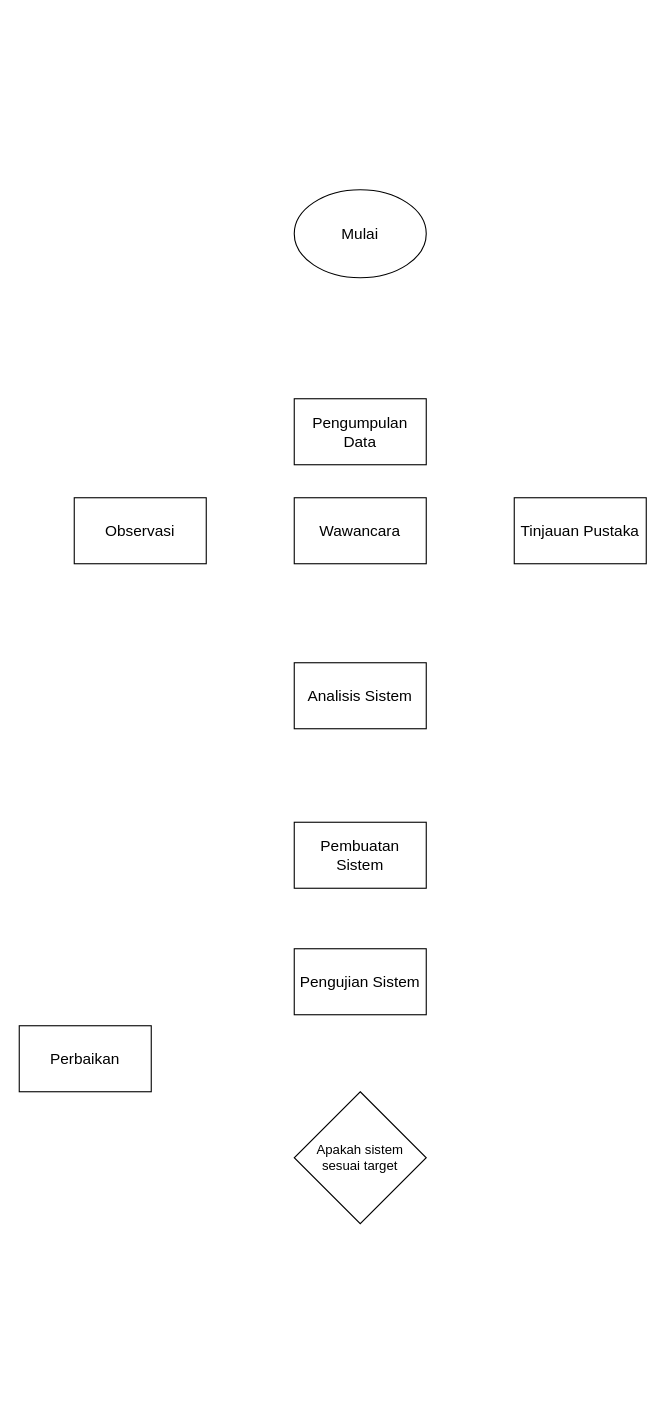
Earlier version of the draw.io diagram Flow Penelitian.drawio (naufalfirman23/FILE-DIAGRAM). Source tidied: cells renumbered, new cells numbered last; positions are measured from the earlier drawing's top-left corner, leaving out a move shared by most shapes. Both pictures are drawn from the tidied source at 110%, with x=0, y=0 at pixel (19, 189).
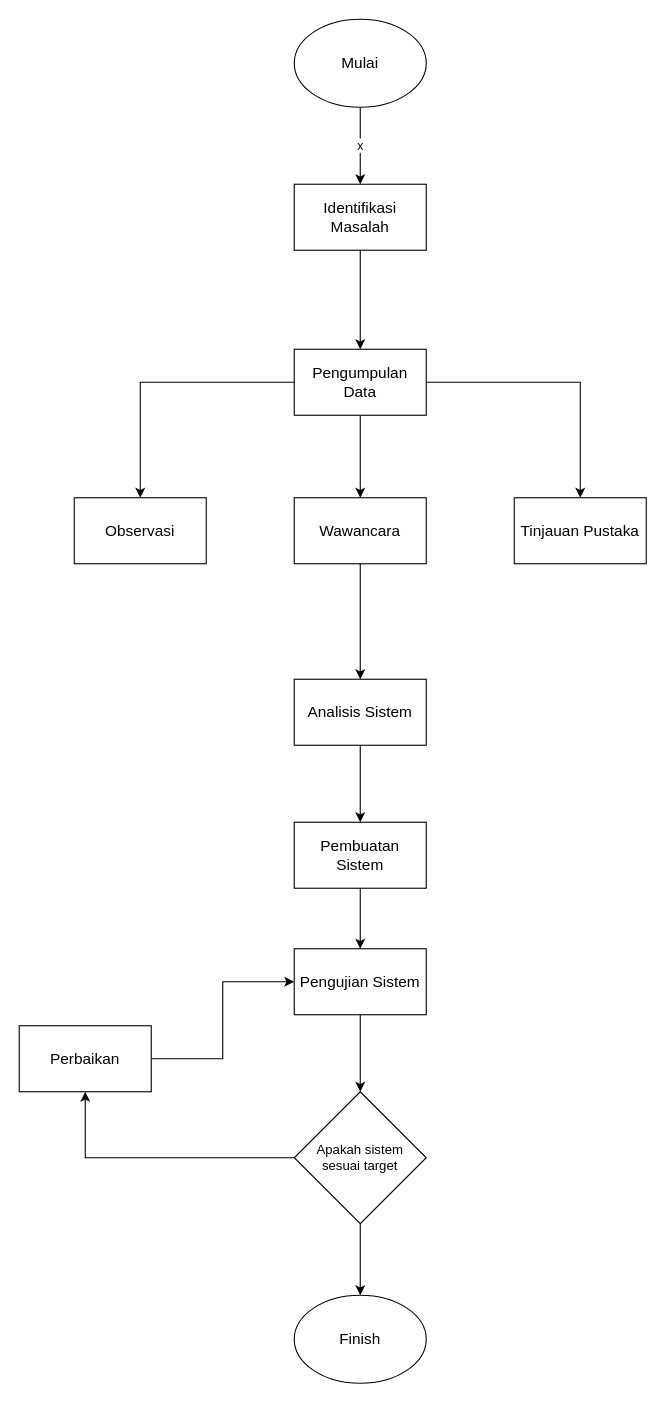
Above is the later version.

Unchanged cells that the change refers to:
```xml
<mxCell id="4" value="&lt;font style=&quot;font-size: 14px;&quot;&gt;Observasi&lt;/font&gt;" style="rounded=0;whiteSpace=wrap;html=1;" parent="1" vertex="1">
  <mxGeometry x="50" y="280" width="120" height="60" as="geometry" />
</mxCell>
<mxCell id="5" value="&lt;font style=&quot;font-size: 14px;&quot;&gt;Wawancara&lt;/font&gt;" style="rounded=0;whiteSpace=wrap;html=1;" parent="1" vertex="1">
  <mxGeometry x="250" y="280" width="120" height="60" as="geometry" />
</mxCell>
<mxCell id="6" value="&lt;font style=&quot;font-size: 14px;&quot;&gt;Tinjauan Pustaka&lt;/font&gt;" style="rounded=0;whiteSpace=wrap;html=1;" parent="1" vertex="1">
  <mxGeometry x="450" y="280" width="120" height="60" as="geometry" />
</mxCell>
<mxCell id="8" value="&lt;font style=&quot;font-size: 14px;&quot;&gt;Pembuatan Sistem&lt;/font&gt;" style="rounded=0;whiteSpace=wrap;html=1;" parent="1" vertex="1">
  <mxGeometry x="250" y="575" width="120" height="60" as="geometry" />
</mxCell>
<mxCell id="9" value="&lt;font style=&quot;font-size: 14px;&quot;&gt;Pengujian Sistem&lt;/font&gt;" style="rounded=0;whiteSpace=wrap;html=1;" parent="1" vertex="1">
  <mxGeometry x="250" y="690" width="120" height="60" as="geometry" />
</mxCell>
<mxCell id="10" value="&lt;font style=&quot;font-size: 14px;&quot;&gt;Perbaikan&lt;/font&gt;" style="rounded=0;whiteSpace=wrap;html=1;" parent="1" vertex="1">
  <mxGeometry y="760" width="120" height="60" as="geometry" />
</mxCell>
<mxCell id="11" value="Apakah sistem&lt;br&gt;sesuai target" style="rhombus;whiteSpace=wrap;html=1;" parent="1" vertex="1">
  <mxGeometry x="250" y="820" width="120" height="120" as="geometry" />
</mxCell>
```

What changed in the source:
```diff
@@
+    <mxCell id="12" value="x" style="edgeStyle=orthogonalEdgeStyle;rounded=0;jettySize=auto;html=1;entryX=0.5;entryY=0;entryDx=0;entryDy=0;" parent="1" edge="1" source="2" target="24">
+      <mxGeometry relative="1" as="geometry" />
+    </mxCell>
     <mxCell id="2" value="&lt;font style=&quot;font-size: 14px;&quot;&gt;Mulai&lt;/font&gt;" style="ellipse;whiteSpace=wrap;html=1;" parent="1" vertex="1">
-      <mxGeometry x="250" width="120" height="80" as="geometry" />
+      <mxGeometry x="250" y="-155" width="120" height="80" as="geometry" />
     </mxCell>
+    <mxCell id="13" style="edgeStyle=orthogonalEdgeStyle;rounded=0;jettySize=auto;html=1;entryX=0.5;entryY=0;entryDx=0;entryDy=0;" parent="1" edge="1" source="3" target="6">
+      <mxGeometry relative="1" as="geometry" />
+    </mxCell>
+    <mxCell id="14" style="edgeStyle=orthogonalEdgeStyle;rounded=0;jettySize=auto;html=1;entryX=0.5;entryY=0;entryDx=0;entryDy=0;" parent="1" edge="1" source="3" target="4">
+      <mxGeometry relative="1" as="geometry" />
+    </mxCell>
+    <mxCell id="15" style="edgeStyle=orthogonalEdgeStyle;rounded=0;jettySize=auto;html=1;entryX=0.5;entryY=0;entryDx=0;entryDy=0;" parent="1" edge="1" source="3" target="5">
+      <mxGeometry relative="1" as="geometry" />
+    </mxCell>
     <mxCell id="3" value="&lt;font style=&quot;font-size: 14px;&quot;&gt;Pengumpulan Data&lt;/font&gt;" style="rounded=0;whiteSpace=wrap;html=1;" parent="1" vertex="1">
-      <mxGeometry x="250" y="190" width="120" height="60" as="geometry" />
+      <mxGeometry x="250" y="145" width="120" height="60" as="geometry" />
     </mxCell>
@@
+    <mxCell id="16" style="edgeStyle=orthogonalEdgeStyle;rounded=0;jettySize=auto;html=1;entryX=0.5;entryY=0;entryDx=0;entryDy=0;" parent="1" edge="1" source="5" target="7">
+      <mxGeometry relative="1" as="geometry" />
+    </mxCell>
@@
+    <mxCell id="17" style="edgeStyle=orthogonalEdgeStyle;rounded=0;jettySize=auto;html=1;entryX=0.5;entryY=0;entryDx=0;entryDy=0;" parent="1" edge="1" source="7" target="8">
+      <mxGeometry relative="1" as="geometry" />
+    </mxCell>
     <mxCell id="7" value="&lt;font style=&quot;font-size: 14px;&quot;&gt;Analisis Sistem&lt;/font&gt;" style="rounded=0;whiteSpace=wrap;html=1;" parent="1" vertex="1">
-      <mxGeometry x="250" y="430" width="120" height="60" as="geometry" />
+      <mxGeometry x="250" y="445" width="120" height="60" as="geometry" />
     </mxCell>
+    <mxCell id="18" style="edgeStyle=orthogonalEdgeStyle;rounded=0;jettySize=auto;html=1;entryX=0.5;entryY=0;entryDx=0;entryDy=0;" parent="1" edge="1" source="8" target="9">
+      <mxGeometry relative="1" as="geometry" />
+    </mxCell>
@@
+    <mxCell id="19" style="edgeStyle=orthogonalEdgeStyle;rounded=0;jettySize=auto;html=1;entryX=0.5;entryY=0;entryDx=0;entryDy=0;" parent="1" edge="1" source="9" target="11">
+      <mxGeometry relative="1" as="geometry" />
+    </mxCell>
@@
+    <mxCell id="20" style="edgeStyle=orthogonalEdgeStyle;rounded=0;jettySize=auto;html=1;entryX=0;entryY=0.5;entryDx=0;entryDy=0;" parent="1" edge="1" source="10" target="9">
+      <mxGeometry relative="1" as="geometry" />
+    </mxCell>
@@
+    <mxCell id="21" style="edgeStyle=orthogonalEdgeStyle;rounded=0;jettySize=auto;html=1;entryX=0.5;entryY=1;entryDx=0;entryDy=0;" parent="1" edge="1" source="11" target="10">
+      <mxGeometry relative="1" as="geometry" />
+    </mxCell>
+    <mxCell id="22" style="edgeStyle=orthogonalEdgeStyle;rounded=0;jettySize=auto;html=1;" parent="1" edge="1" source="11" target="25">
+      <mxGeometry relative="1" as="geometry" />
+    </mxCell>
@@
+    <mxCell id="23" style="edgeStyle=orthogonalEdgeStyle;rounded=0;jettySize=auto;html=1;entryX=0.5;entryY=0;entryDx=0;entryDy=0;" parent="1" edge="1" source="24" target="3">
+      <mxGeometry relative="1" as="geometry" />
+    </mxCell>
+    <mxCell id="24" value="&lt;font style=&quot;font-size: 14px;&quot;&gt;Identifikasi Masalah&lt;/font&gt;" style="rounded=0;whiteSpace=wrap;html=1;" parent="1" vertex="1">
+      <mxGeometry x="250" y="-5" width="120" height="60" as="geometry" />
+    </mxCell>
+    <mxCell id="25" value="&lt;font style=&quot;font-size: 14px;&quot;&gt;Finish&lt;br&gt;&lt;/font&gt;" style="ellipse;whiteSpace=wrap;html=1;" parent="1" vertex="1">
+      <mxGeometry x="250" y="1005" width="120" height="80" as="geometry" />
+    </mxCell>
```
